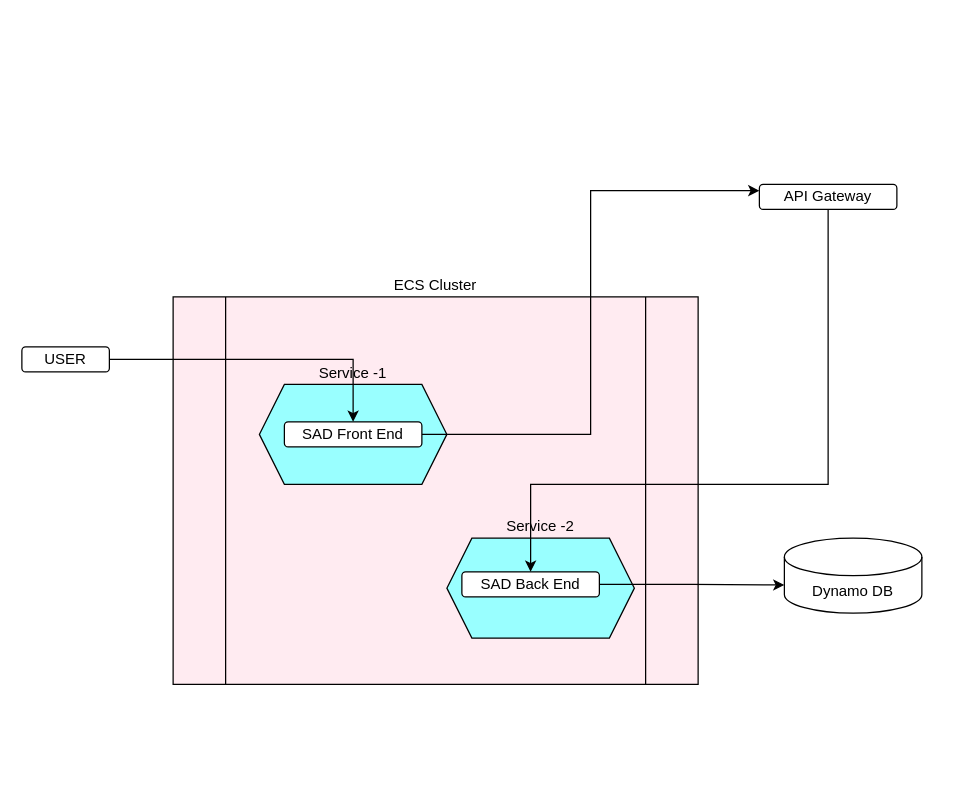
The draw.io diagram SAD-Architecture.drawio in ashwini47/SADB, before the edit. Source tidied: cells renumbered, new cells numbered last; positions are measured from the earlier drawing's top-left corner, leaving out a move shared by most shapes. Both pictures are drawn from the tidied source at 125%, with x=0, y=0 at pixel (21, 184).
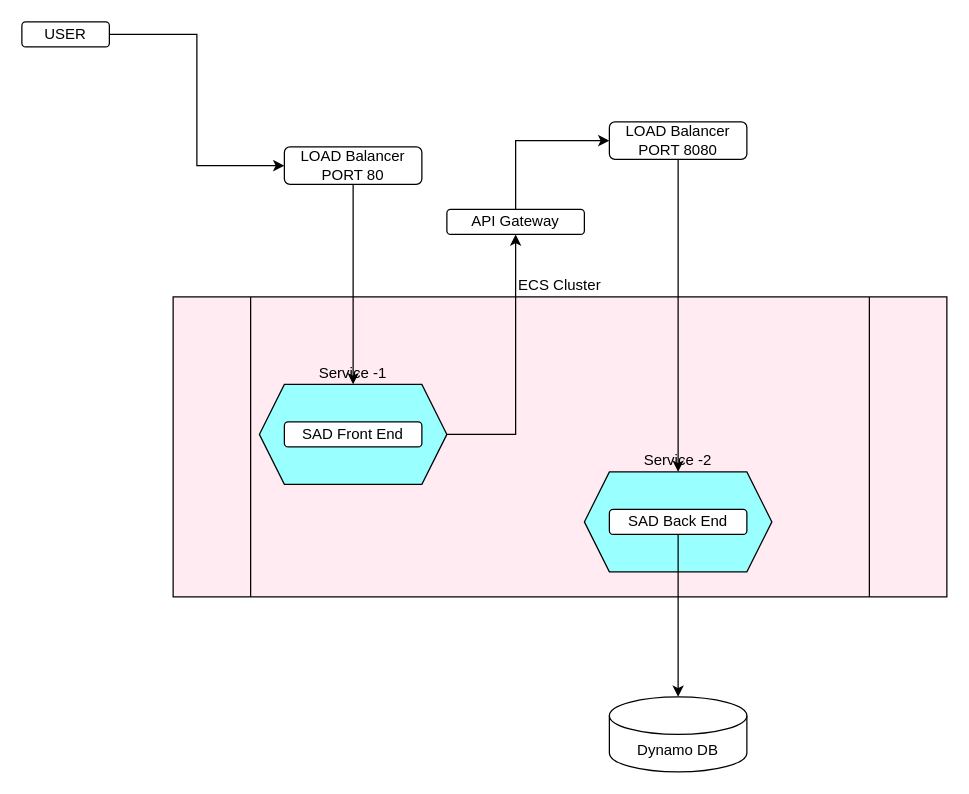
Above is the later version.

Diff of the diagram source:
```diff
@@
 <mxGraphModel>
   <root>
     <mxCell id="0" />
     <mxCell id="1" parent="0" />
     <mxCell id="2" value="ECS Cluster" style="shape=process;whiteSpace=wrap;html=1;backgroundOutline=1;fillColor=#FFEBF1;labelPosition=center;verticalLabelPosition=top;align=center;verticalAlign=bottom;" parent="1" vertex="1">
-      <mxGeometry x="121" y="90" width="420" height="310" as="geometry" />
+      <mxGeometry x="121" y="90" width="619" height="240" as="geometry" />
     </mxCell>
     <mxCell id="3" value="Service -2" style="shape=hexagon;perimeter=hexagonPerimeter2;whiteSpace=wrap;html=1;fixedSize=1;fillColor=#99FFFF;labelPosition=center;verticalLabelPosition=top;align=center;verticalAlign=bottom;" parent="1" vertex="1">
-      <mxGeometry x="340" y="283" width="150" height="80" as="geometry" />
+      <mxGeometry x="450" y="230" width="150" height="80" as="geometry" />
     </mxCell>
+    <mxCell id="14" style="edgeStyle=orthogonalEdgeStyle;rounded=0;jettySize=auto;html=1;exitX=1;exitY=0.5;exitDx=0;exitDy=0;entryX=0.5;entryY=1;entryDx=0;entryDy=0;" parent="1" edge="1" source="4" target="12">
+      <mxGeometry relative="1" as="geometry" />
+    </mxCell>
     <mxCell id="4" value="Service -1" style="shape=hexagon;perimeter=hexagonPerimeter2;whiteSpace=wrap;html=1;fixedSize=1;fillColor=#99FFFF;labelPosition=center;verticalLabelPosition=top;align=center;verticalAlign=bottom;" parent="1" vertex="1">
       <mxGeometry x="190" y="160" width="150" height="80" as="geometry" />
     </mxCell>
-    <mxCell id="5" style="edgeStyle=orthogonalEdgeStyle;rounded=0;jettySize=auto;html=1;" parent="1" edge="1" source="6" target="8">
+    <mxCell id="5" style="edgeStyle=orthogonalEdgeStyle;rounded=0;jettySize=auto;html=1;entryX=0;entryY=0.5;entryDx=0;entryDy=0;" parent="1" edge="1" source="6" target="17">
       <mxGeometry relative="1" as="geometry" />
     </mxCell>
     <mxCell id="6" value="USER" style="rounded=1;whiteSpace=wrap;html=1;" parent="1" vertex="1">
-      <mxGeometry y="130" width="70" height="20" as="geometry" />
+      <mxGeometry y="-130" width="70" height="20" as="geometry" />
     </mxCell>
-    <mxCell id="7" style="edgeStyle=orthogonalEdgeStyle;rounded=0;jettySize=auto;html=1;entryX=0;entryY=0.25;entryDx=0;entryDy=0;" parent="1" edge="1" source="8" target="12">
-      <mxGeometry relative="1" as="geometry" />
-    </mxCell>
     <mxCell id="8" value="SAD Front End" style="rounded=1;whiteSpace=wrap;html=1;" parent="1" vertex="1">
       <mxGeometry x="210" y="190" width="110" height="20" as="geometry" />
     </mxCell>
-    <mxCell id="9" style="edgeStyle=orthogonalEdgeStyle;rounded=0;jettySize=auto;html=1;entryX=0;entryY=0;entryDx=0;entryDy=37.5;entryPerimeter=0;" parent="1" edge="1" source="10" target="13">
+    <mxCell id="9" style="edgeStyle=orthogonalEdgeStyle;rounded=0;jettySize=auto;html=1;entryX=0.5;entryY=0;entryDx=0;entryDy=0;entryPerimeter=0;" parent="1" edge="1" source="10" target="13">
       <mxGeometry relative="1" as="geometry" />
     </mxCell>
     <mxCell id="10" value="SAD Back End" style="rounded=1;whiteSpace=wrap;html=1;" parent="1" vertex="1">
-      <mxGeometry x="352" y="310" width="110" height="20" as="geometry" />
+      <mxGeometry x="470" y="260" width="110" height="20" as="geometry" />
     </mxCell>
-    <mxCell id="11" style="edgeStyle=orthogonalEdgeStyle;rounded=0;jettySize=auto;html=1;entryX=0.5;entryY=0;entryDx=0;entryDy=0;exitX=0.5;exitY=1;exitDx=0;exitDy=0;" parent="1" edge="1" source="12" target="10">
-      <mxGeometry relative="1" as="geometry">
-        <Array as="points">
-          <mxPoint x="645" y="240" />
-          <mxPoint x="407" y="240" />
-        </Array>
-      </mxGeometry>
-    </mxCell>
+    <mxCell id="15" style="edgeStyle=orthogonalEdgeStyle;rounded=0;jettySize=auto;html=1;exitX=0.5;exitY=0;exitDx=0;exitDy=0;entryX=0;entryY=0.5;entryDx=0;entryDy=0;" parent="1" edge="1" source="12" target="19">
+      <mxGeometry relative="1" as="geometry" />
+    </mxCell>
     <mxCell id="12" value="API Gateway" style="rounded=1;whiteSpace=wrap;html=1;" parent="1" vertex="1">
-      <mxGeometry x="590" width="110" height="20" as="geometry" />
+      <mxGeometry x="340" y="20" width="110" height="20" as="geometry" />
     </mxCell>
     <mxCell id="13" value="Dynamo DB" style="shape=cylinder3;whiteSpace=wrap;html=1;boundedLbl=1;backgroundOutline=1;size=15;" parent="1" vertex="1">
-      <mxGeometry x="610" y="283" width="110" height="60" as="geometry" />
+      <mxGeometry x="470" y="410" width="110" height="60" as="geometry" />
     </mxCell>
+    <mxCell id="16" style="edgeStyle=orthogonalEdgeStyle;rounded=0;jettySize=auto;html=1;exitX=0.5;exitY=1;exitDx=0;exitDy=0;entryX=0.5;entryY=0;entryDx=0;entryDy=0;" parent="1" edge="1" source="17" target="4">
+      <mxGeometry relative="1" as="geometry" />
+    </mxCell>
+    <mxCell id="17" value="LOAD Balancer&lt;br&gt;PORT 80" style="rounded=1;whiteSpace=wrap;html=1;" parent="1" vertex="1">
+      <mxGeometry x="210" y="-30" width="110" height="30" as="geometry" />
+    </mxCell>
+    <mxCell id="18" style="edgeStyle=orthogonalEdgeStyle;rounded=0;jettySize=auto;html=1;exitX=0.5;exitY=1;exitDx=0;exitDy=0;entryX=0.5;entryY=0;entryDx=0;entryDy=0;" parent="1" edge="1" source="19" target="3">
+      <mxGeometry relative="1" as="geometry" />
+    </mxCell>
+    <mxCell id="19" value="LOAD Balancer&lt;br&gt;PORT 8080" style="rounded=1;whiteSpace=wrap;html=1;" parent="1" vertex="1">
+      <mxGeometry x="470" y="-50" width="110" height="30" as="geometry" />
+    </mxCell>
   </root>
 </mxGraphModel>
```
